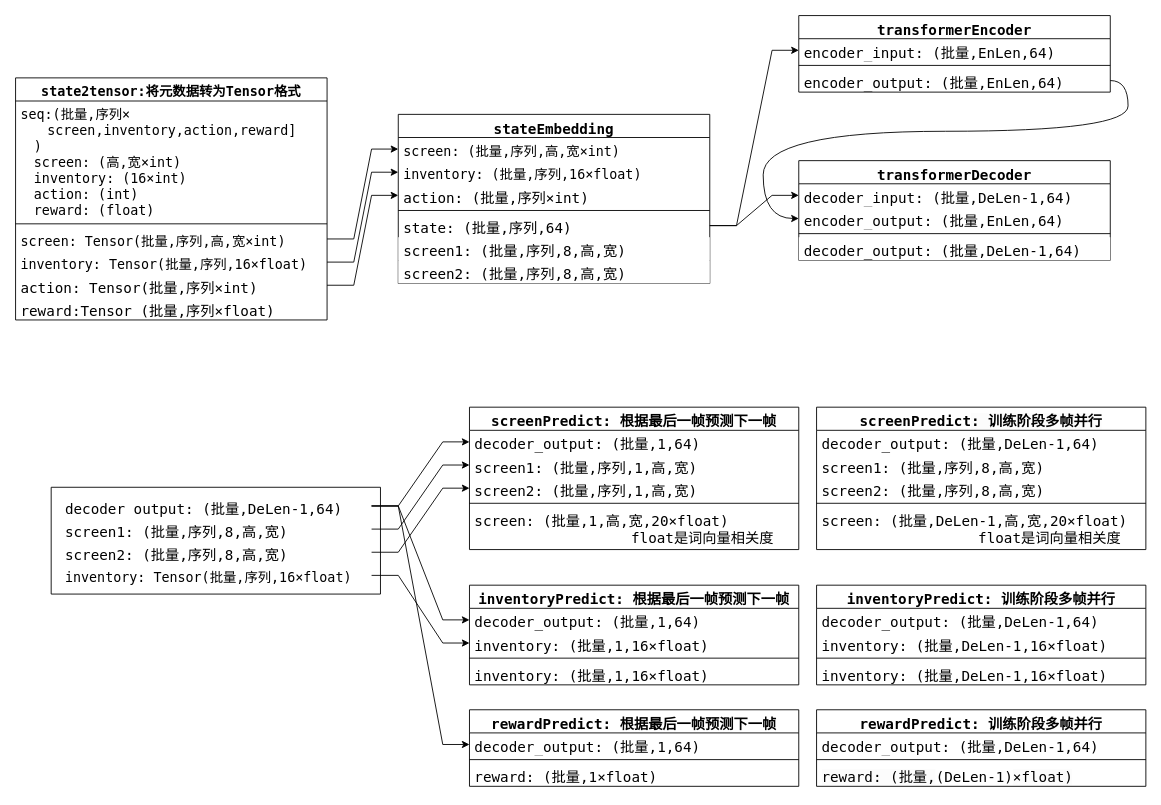
Above: Craft游戏智能体-python计算图.drawio in AshlenBin/Draw-io (draw.io), before the change. Source tidied: cells renumbered, new cells numbered last; positions are measured from the earlier drawing's top-left corner, leaving out a move shared by most shapes. Both pictures are drawn from the tidied source at 89%, with x=0, y=0 at pixel (15, 15).
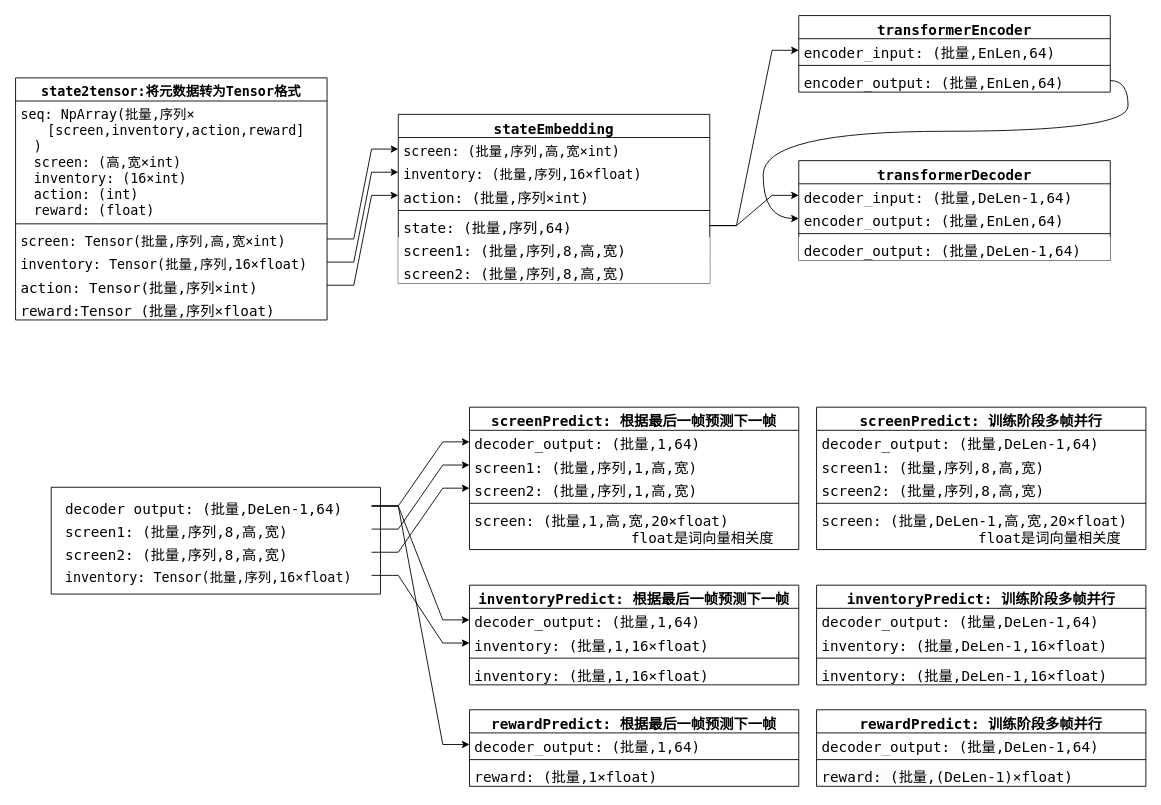
The same diagram, later.

Commit message:
更新Craft游戏智能体-python计算图.drawio

Unchanged cells that the change refers to:
```xml
<mxCell id="2" value="&lt;span style=&quot;background-color: rgba(255, 255, 255, 0.01);&quot;&gt;state2tensor:将元数据转为Tensor格式&lt;/span&gt;" style="swimlane;fontStyle=1;align=center;verticalAlign=top;horizontal=1;startSize=26;html=1;fontFamily=Lucida Console;whiteSpace=wrap;fontColor=light-dark(default, #f0f0f0);fontSize=15;" parent="1" vertex="1">
  <mxGeometry y="70" width="350" height="272" as="geometry" />
</mxCell>
```

Change to the diagram source:
```diff
@@
-<mxGraphModel>
+<mxGraphModel background="#FFFFFF">
@@
-    <mxCell id="3" value="&lt;span style=&quot;background-color: rgba(255, 255, 255, 0.01);&quot;&gt;seq:(批量,序列×&lt;/span&gt;&lt;div style=&quot;resize: none; outline: none;&quot;&gt;&lt;div style=&quot;resize: none; outline: none;&quot;&gt;　　screen,inventory,action,reward]&lt;/div&gt;&lt;div style=&quot;resize: none; outline: none;&quot;&gt;　)&lt;/div&gt;&lt;/div&gt;&lt;div style=&quot;resize: none; outline: none;&quot;&gt;　screen: (高,宽×int)&lt;br&gt;　inventory: (16×int)&lt;br&gt;　action: (int)&lt;br&gt;　reward: (float)&lt;/div&gt;" style="text;strokeColor=none;fillColor=none;align=left;verticalAlign=top;spacingLeft=4;spacingRight=4;overflow=hidden;whiteSpace=wrap;html=1;fontFamily=Lucida Console;fontColor=light-dark(default, #f0f0f0);fontSize=15;" parent="2" vertex="1">
+    <mxCell id="3" value="&lt;span style=&quot;background-color: rgba(255, 255, 255, 0.01);&quot;&gt;seq: NpArray(批量,序列×&lt;/span&gt;&lt;div style=&quot;resize: none; outline: none;&quot;&gt;&lt;div style=&quot;resize: none; outline: none;&quot;&gt;　　[screen,inventory,action,reward]&lt;/div&gt;&lt;div style=&quot;resize: none; outline: none;&quot;&gt;　)&lt;/div&gt;&lt;/div&gt;&lt;div style=&quot;resize: none; outline: none;&quot;&gt;　screen: (高,宽×int)&lt;br&gt;　inventory: (16×int)&lt;br&gt;　action: (int)&lt;br&gt;　reward: (float)&lt;/div&gt;" style="text;strokeColor=none;fillColor=none;align=left;verticalAlign=top;spacingLeft=4;spacingRight=4;overflow=hidden;whiteSpace=wrap;html=1;fontFamily=Lucida Console;fontColor=light-dark(default, #f0f0f0);fontSize=15;" parent="2" vertex="1">
       <mxGeometry y="26" width="350" height="134" as="geometry" />
     </mxCell>
```
